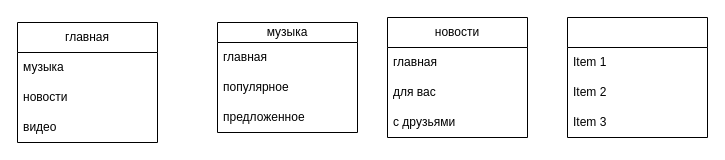
Before: схема.drawio in Danila7926/Algoritmkukushkin, a draw.io diagram. Source tidied: cells renumbered, new cells numbered last; positions are measured from the earlier drawing's top-left corner, leaving out a move shared by most shapes. Both pictures are drawn from the tidied source at 100%, with x=0, y=0 at pixel (17, 17).
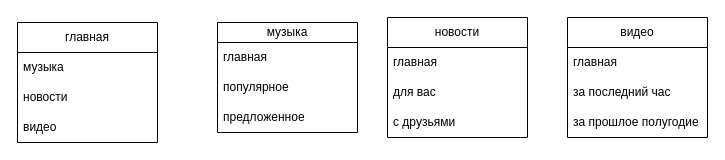
The same page after the edit.

Change to the diagram source:
```diff
@@
 <mxGraphModel>
   <root>
     <mxCell id="0" />
     <mxCell id="1" parent="0" />
     <mxCell id="2" value="главная" style="swimlane;fontStyle=0;horizontal=1;startSize=30;whiteSpace=wrap;html=1;" parent="1" vertex="1">
       <mxGeometry y="5" width="140" height="120" as="geometry" />
     </mxCell>
     <mxCell id="3" value="музыка" style="text;strokeColor=none;fillColor=none;align=left;verticalAlign=middle;spacingLeft=4;spacingRight=4;overflow=hidden;whiteSpace=wrap;html=1;" parent="2" vertex="1">
       <mxGeometry y="30" width="140" height="30" as="geometry" />
     </mxCell>
     <mxCell id="4" value="новости" style="text;strokeColor=none;fillColor=none;align=left;verticalAlign=middle;spacingLeft=4;spacingRight=4;overflow=hidden;whiteSpace=wrap;html=1;" parent="2" vertex="1">
       <mxGeometry y="60" width="140" height="30" as="geometry" />
     </mxCell>
     <mxCell id="5" value="видео" style="text;strokeColor=none;fillColor=none;align=left;verticalAlign=middle;spacingLeft=4;spacingRight=4;overflow=hidden;whiteSpace=wrap;html=1;" parent="2" vertex="1">
       <mxGeometry y="90" width="140" height="30" as="geometry" />
     </mxCell>
     <mxCell id="6" value="музыка" style="swimlane;fontStyle=0;horizontal=1;startSize=20;whiteSpace=wrap;html=1;" parent="1" vertex="1">
       <mxGeometry x="200" y="5" width="140" height="110" as="geometry" />
     </mxCell>
     <mxCell id="7" value="главная" style="text;strokeColor=none;fillColor=none;align=left;verticalAlign=middle;spacingLeft=4;spacingRight=4;overflow=hidden;whiteSpace=wrap;html=1;" parent="6" vertex="1">
       <mxGeometry y="20" width="140" height="30" as="geometry" />
     </mxCell>
     <mxCell id="8" value="популярное" style="text;strokeColor=none;fillColor=none;align=left;verticalAlign=middle;spacingLeft=4;spacingRight=4;overflow=hidden;whiteSpace=wrap;html=1;" parent="6" vertex="1">
       <mxGeometry y="50" width="140" height="30" as="geometry" />
     </mxCell>
     <mxCell id="9" value="предложенное" style="text;strokeColor=none;fillColor=none;align=left;verticalAlign=middle;spacingLeft=4;spacingRight=4;overflow=hidden;whiteSpace=wrap;html=1;" parent="6" vertex="1">
       <mxGeometry y="80" width="140" height="30" as="geometry" />
     </mxCell>
     <mxCell id="10" value="новости" style="swimlane;fontStyle=0;horizontal=1;startSize=30;whiteSpace=wrap;html=1;" parent="1" vertex="1">
       <mxGeometry x="370" width="140" height="120" as="geometry" />
     </mxCell>
     <mxCell id="11" value="главная" style="text;strokeColor=none;fillColor=none;align=left;verticalAlign=middle;spacingLeft=4;spacingRight=4;overflow=hidden;whiteSpace=wrap;html=1;" parent="10" vertex="1">
       <mxGeometry y="30" width="140" height="30" as="geometry" />
     </mxCell>
     <mxCell id="12" value="для вас" style="text;strokeColor=none;fillColor=none;align=left;verticalAlign=middle;spacingLeft=4;spacingRight=4;overflow=hidden;whiteSpace=wrap;html=1;" parent="10" vertex="1">
       <mxGeometry y="60" width="140" height="30" as="geometry" />
     </mxCell>
     <mxCell id="13" value="с друзьями" style="text;strokeColor=none;fillColor=none;align=left;verticalAlign=middle;spacingLeft=4;spacingRight=4;overflow=hidden;whiteSpace=wrap;html=1;" parent="10" vertex="1">
       <mxGeometry y="90" width="140" height="30" as="geometry" />
     </mxCell>
-    <mxCell id="14" style="swimlane;fontStyle=0;horizontal=1;startSize=30;whiteSpace=wrap;html=1;" parent="1" vertex="1">
+    <mxCell id="14" value="видео" style="swimlane;fontStyle=0;horizontal=1;startSize=30;whiteSpace=wrap;html=1;" parent="1" vertex="1">
       <mxGeometry x="550" width="140" height="120" as="geometry" />
     </mxCell>
-    <mxCell id="15" value="Item 1" style="text;strokeColor=none;fillColor=none;align=left;verticalAlign=middle;spacingLeft=4;spacingRight=4;overflow=hidden;whiteSpace=wrap;html=1;" parent="14" vertex="1">
+    <mxCell id="15" value="главная" style="text;strokeColor=none;fillColor=none;align=left;verticalAlign=middle;spacingLeft=4;spacingRight=4;overflow=hidden;whiteSpace=wrap;html=1;" parent="14" vertex="1">
       <mxGeometry y="30" width="140" height="30" as="geometry" />
     </mxCell>
-    <mxCell id="16" value="Item 2" style="text;strokeColor=none;fillColor=none;align=left;verticalAlign=middle;spacingLeft=4;spacingRight=4;overflow=hidden;whiteSpace=wrap;html=1;" parent="14" vertex="1">
+    <mxCell id="16" value="за последний час&amp;nbsp;" style="text;strokeColor=none;fillColor=none;align=left;verticalAlign=middle;spacingLeft=4;spacingRight=4;overflow=hidden;whiteSpace=wrap;html=1;" parent="14" vertex="1">
       <mxGeometry y="60" width="140" height="30" as="geometry" />
     </mxCell>
-    <mxCell id="17" value="Item 3" style="text;strokeColor=none;fillColor=none;align=left;verticalAlign=middle;spacingLeft=4;spacingRight=4;overflow=hidden;whiteSpace=wrap;html=1;" parent="14" vertex="1">
+    <mxCell id="17" value="за прошлое полугодие&amp;nbsp;" style="text;strokeColor=none;fillColor=none;align=left;verticalAlign=middle;spacingLeft=4;spacingRight=4;overflow=hidden;whiteSpace=wrap;html=1;" parent="14" vertex="1">
       <mxGeometry y="90" width="140" height="30" as="geometry" />
     </mxCell>
   </root>
 </mxGraphModel>
```
